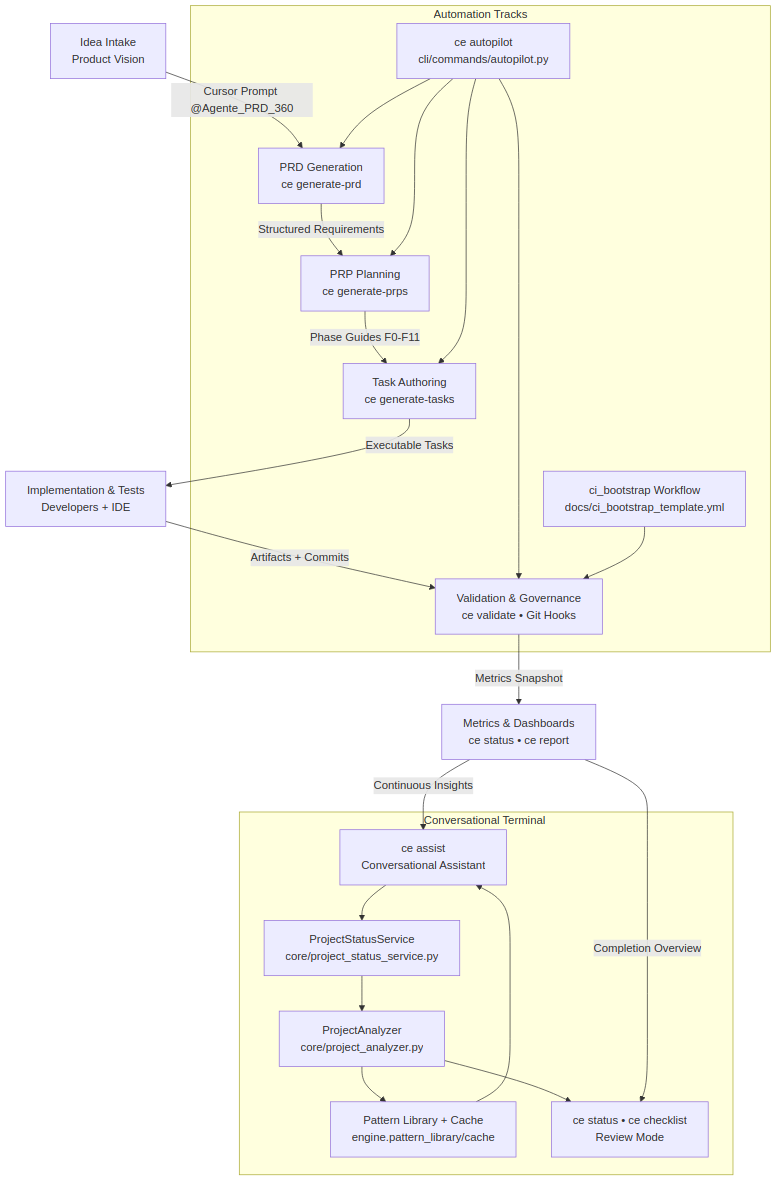
Before: docs/assets/context_engineer_flow.png, a diagram exported from Mermaid (Benrebello/context-engineer). Its source is kept beside it as docs/assets/context_engineer_flow.mmd. Its diagram source:
```mermaid
flowchart TD

    A[Idea Intake<br/>Product Vision] -->|"IDE @Agente_PRD_360 / ce generate-prd"| B[PRD Generation<br/>PRD.md + prd_structured.json]
    B -->|"IDE @Agente_PRP / ce generate-prps"| C[PRP Planning<br/>Phases F0–F9]
    C -->|"IDE @Agente_Task / ce generate-tasks"| D[Task Authoring<br/>TASK.FR-xxx.md/.json]
    D -->|Executable Tasks| E[Implementation & Tests<br/>Developers + IDE AI]
    E -->|Artifacts + Commits| F[Validation & Governance<br/>ce validate • Git Hooks]
    F -->|Metrics Snapshot| G[Metrics & Dashboards<br/>ce report • ce status]

    subgraph Core Engine — core/engine.py
        ENG[ContextEngine<br/>Orchestrator]
        TPL[TemplateEngine<br/>Jinja2 Templates]
        PAT[PatternLibrary<br/>Reusable Patterns]
        STK[StackPluginManager<br/>YAML Stack Plugins]
        VAL[PRPValidator<br/>Cross-Validation]
        EST[EffortEstimator<br/>Story Points + Confidence Adj.]
        ENG --> TPL
        ENG --> PAT
        ENG --> STK
        ENG --> VAL
        ENG --> EST
    end

    B --> ENG
    C --> ENG
    D --> ENG
    F --> VAL

    subgraph Intelligence Layer — core/cache.py
        CACHE[IntelligenceCache<br/>SQLite + Embeddings]
        EMB[Embedding Cache<br/>Binary np.float32]
        TOK[Token Usage Tracker<br/>record_token_usage]
        SEM["Semantic Search<br/>(--ai mode)"]
        LEV["Levenshtein Search<br/>(--no-ai mode)"]
        CACHE --> EMB
        CACHE --> TOK
        CACHE --> SEM
        CACHE --> LEV
    end

    ENG --> CACHE
    PAT --> CACHE

    subgraph AI Governance — Soft-Gate
        GOV[AIGovernanceService<br/>Preference Resolution]
        LLM[LLMProvider<br/>8 Providers + CredentialVault]
        HOOKS[GitHookManager<br/>pre-push Soft/Hard Gate]
        GOV --> LLM
        GOV --> HOOKS
    end

    ENG --> GOV
    F --> HOOKS

    subgraph Metrics & ROI — core/metrics.py
        MET[MetricsCollector<br/>ProjectMetrics JSON]
        ROI[ROI Tracking<br/>tokens_saved / cost_usd]
        RWK[Category Rework Rates<br/>Confidence Adjustment Feed]
        MET --> ROI
        MET --> RWK
    end

    ENG --> MET
    TOK --> ROI
    RWK --> EST
    G --> MET

    subgraph Conversational Terminal Modes
        H[ce assist<br/>Conversational Assistant]
        I[ProjectStatusService<br/>core/project_status_service.py]
        J[ProjectAnalyzer<br/>core/project_analyzer.py]
        L[ce status • ce checklist<br/>Review / Inspection Mode]
        WIZ[ce wizard<br/>Guided Step-by-Step]
        H --> I --> J
        J --> CACHE
        J --> L
        WIZ --> I
    end

    G -->|Continuous Insights| H
    G -->|Completion Overview| L

    subgraph Automation Tracks
        M[ce autopilot<br/>AutopilotService]
        N[ce ci-bootstrap<br/>GitHub Actions Workflow]
        QS[ce quickstart<br/>5-min Guided Setup]
        M --> B
        M --> C
        M --> D
        M --> F
        N --> F
        QS --> ENG
    end

    subgraph IDE Integration — IDE-rules/
        AG1["@Agente_PRD_360.md<br/>360° PRD Agent"]
        AG2["@Agente_PRP_Orquestrador.md<br/>PRP Orchestrator"]
        AG3["@Agente_Task_Direto.md<br/>Direct Task Agent"]
        AG4["@Agente_UserStory_Refiner.md<br/>US Refiner"]
        RULES["GLOBAL_ENGINEERING_RULES.json<br/>+ PROJECT_STANDARDS.md<br/>+ AGENTS.md"]
        WF["Workflows 00–11<br/>Executable Runbooks"]
    end

    AG1 --> B
    AG2 --> C
    AG3 --> D
    AG4 --> D
    RULES --> E
    WF --> E

    subgraph DevOps — cli/commands/devops.py
        GIT[ce git-setup<br/>Git Integration]
        HOOK_INST[ce install-hooks<br/>Soft/Hard Gate Hooks]
        CI[ce ci-bootstrap<br/>CI Pipeline Generation]
    end

    GIT --> HOOKS
    HOOK_INST --> HOOKS
    CI --> N

    US[User Story<br/>ce generate-tasks --from-us] -->|"@Agente_UserStory_Refiner"| D
```
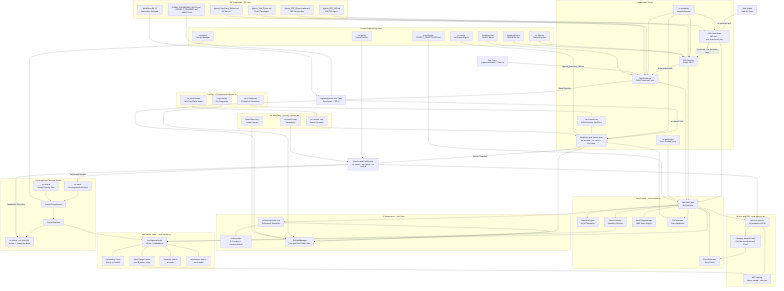
The same file after the commit.

The edit, as a diff of the source:
```diff
@@ -1,19 +1,19 @@
 flowchart TD
 
-    A[Idea Intake<br/>Product Vision] -->|"IDE @Agente_PRD_360 / ce generate-prd"| B[PRD Generation<br/>PRD.md + prd_structured.json]
-    B -->|"IDE @Agente_PRP / ce generate-prps"| C[PRP Planning<br/>Phases F0–F9]
-    C -->|"IDE @Agente_Task / ce generate-tasks"| D[Task Authoring<br/>TASK.FR-xxx.md/.json]
-    D -->|Executable Tasks| E[Implementation & Tests<br/>Developers + IDE AI]
-    E -->|Artifacts + Commits| F[Validation & Governance<br/>ce validate • Git Hooks]
-    F -->|Metrics Snapshot| G[Metrics & Dashboards<br/>ce report • ce status]
+    A["Idea Intake\nProduct Vision"] -->|"ce generate-prd"| B["PRD Generation\nPRD.md + prd_structured.json"]
+    B -->|"ce discuss + ce generate-prps"| C["PRP Planning\nPhases F0-F9"]
+    C -->|"ce generate-tasks"| D["Task Authoring\nTASK.FR-xxx.md/.json"]
+    D -->|"Wave Executor"| E["Implementation and Tests\nDevelopers + IDE AI"]
+    E -->|"ce commit task"| F["Validation and Governance\nce validate + ce verify + Git Hooks"]
+    F -->|"Metrics Snapshot"| G["Metrics and Dashboards\nce report + ce status + ce health"]
 
-    subgraph Core Engine — core/engine.py
-        ENG[ContextEngine<br/>Orchestrator]
-        TPL[TemplateEngine<br/>Jinja2 Templates]
-        PAT[PatternLibrary<br/>Reusable Patterns]
-        STK[StackPluginManager<br/>YAML Stack Plugins]
-        VAL[PRPValidator<br/>Cross-Validation]
-        EST[EffortEstimator<br/>Story Points + Confidence Adj.]
+    subgraph CoreEngine["Core Engine - core/engine.py"]
+        ENG["ContextEngine\nOrchestrator"]
+        TPL["TemplateEngine\nJinja2 Templates"]
+        PAT["PatternLibrary\nReusable Patterns"]
+        STK["StackPluginManager\nYAML Stack Plugins"]
+        VAL["PRPValidator\nCross-Validation"]
+        EST["EffortEstimator\nStory Points"]
         ENG --> TPL
         ENG --> PAT
         ENG --> STK
@@ -26,12 +26,12 @@
     D --> ENG
     F --> VAL
 
-    subgraph Intelligence Layer — core/cache.py
-        CACHE[IntelligenceCache<br/>SQLite + Embeddings]
-        EMB[Embedding Cache<br/>Binary np.float32]
-        TOK[Token Usage Tracker<br/>record_token_usage]
-        SEM["Semantic Search<br/>(--ai mode)"]
-        LEV["Levenshtein Search<br/>(--no-ai mode)"]
+    subgraph IntelLayer["Intelligence Layer - core/cache.py"]
+        CACHE["IntelligenceCache\nSQLite + Embeddings"]
+        EMB["Embedding Cache\nBinary np.float32"]
+        TOK["Token Usage Tracker\nrecord_token_usage"]
+        SEM["Semantic Search\nai mode"]
+        LEV["Levenshtein Search\nno-ai mode"]
         CACHE --> EMB
         CACHE --> TOK
         CACHE --> SEM
@@ -41,10 +41,10 @@
     ENG --> CACHE
     PAT --> CACHE
 
-    subgraph AI Governance — Soft-Gate
-        GOV[AIGovernanceService<br/>Preference Resolution]
-        LLM[LLMProvider<br/>8 Providers + CredentialVault]
-        HOOKS[GitHookManager<br/>pre-push Soft/Hard Gate]
+    subgraph AIGov["AI Governance - Soft-Gate"]
+        GOV["AIGovernanceService\nPreference Resolution"]
+        LLM["LLMProvider\n8 Providers + CredentialVault"]
+        HOOKS["GitHookManager\npre-push Soft/Hard Gate"]
         GOV --> LLM
         GOV --> HOOKS
     end
@@ -52,10 +52,10 @@
     ENG --> GOV
     F --> HOOKS
 
-    subgraph Metrics & ROI — core/metrics.py
-        MET[MetricsCollector<br/>ProjectMetrics JSON]
-        ROI[ROI Tracking<br/>tokens_saved / cost_usd]
-        RWK[Category Rework Rates<br/>Confidence Adjustment Feed]
+    subgraph MetricsROI["Metrics and ROI - core/metrics.py"]
+        MET["MetricsCollector\nProjectMetrics JSON"]
+        ROI["ROI Tracking\ntokens_saved / cost_usd"]
+        RWK["Category Rework Rates\nConfidence Adjustment Feed"]
         MET --> ROI
         MET --> RWK
     end
@@ -65,25 +65,25 @@
     RWK --> EST
     G --> MET
 
-    subgraph Conversational Terminal Modes
-        H[ce assist<br/>Conversational Assistant]
-        I[ProjectStatusService<br/>core/project_status_service.py]
-        J[ProjectAnalyzer<br/>core/project_analyzer.py]
-        L[ce status • ce checklist<br/>Review / Inspection Mode]
-        WIZ[ce wizard<br/>Guided Step-by-Step]
+    subgraph TermModes["Conversational Terminal Modes"]
+        H["ce assist\nConversational Assistant"]
+        I["ProjectStatusService"]
+        J["ProjectAnalyzer"]
+        L["ce status + ce checklist\nReview / Inspection Mode"]
+        WIZ["ce wizard\nGuided Step-by-Step"]
         H --> I --> J
         J --> CACHE
         J --> L
         WIZ --> I
     end
 
-    G -->|Continuous Insights| H
-    G -->|Completion Overview| L
+    G -->|"Continuous Insights"| H
+    G -->|"Completion Overview"| L
 
-    subgraph Automation Tracks
-        M[ce autopilot<br/>AutopilotService]
-        N[ce ci-bootstrap<br/>GitHub Actions Workflow]
-        QS[ce quickstart<br/>5-min Guided Setup]
+    subgraph AutoTracks["Automation Tracks"]
+        M["ce autopilot\nAutopilotService"]
+        N["ce ci-bootstrap\nGitHub Actions Workflow"]
+        QS["ce quickstart\n5-min Guided Setup"]
         M --> B
         M --> C
         M --> D
@@ -92,13 +92,13 @@
         QS --> ENG
     end
 
-    subgraph IDE Integration — IDE-rules/
-        AG1["@Agente_PRD_360.md<br/>360° PRD Agent"]
-        AG2["@Agente_PRP_Orquestrador.md<br/>PRP Orchestrator"]
-        AG3["@Agente_Task_Direto.md<br/>Direct Task Agent"]
-        AG4["@Agente_UserStory_Refiner.md<br/>US Refiner"]
-        RULES["GLOBAL_ENGINEERING_RULES.json<br/>+ PROJECT_STANDARDS.md<br/>+ AGENTS.md"]
-        WF["Workflows 00–11<br/>Executable Runbooks"]
+    subgraph IDEInt["IDE Integration - IDE-rules"]
+        AG1["Agente_PRD_360.md\n360 PRD Agent"]
+        AG2["Agente_PRP_Orquestrador.md\nPRP Orchestrator"]
+        AG3["Agente_Task_Direto.md\nDirect Task Agent"]
+        AG4["Agente_UserStory_Refiner.md\nUS Refiner"]
+        RULES["GLOBAL_ENGINEERING_RULES.json\n+ PROJECT_STANDARDS.md\n+ AGENTS.md"]
+        WF["Workflows 00-11\nExecutable Runbooks"]
     end
 
     AG1 --> B
@@ -108,14 +108,43 @@
     RULES --> E
     WF --> E
 
-    subgraph DevOps — cli/commands/devops.py
-        GIT[ce git-setup<br/>Git Integration]
-        HOOK_INST[ce install-hooks<br/>Soft/Hard Gate Hooks]
-        CI[ce ci-bootstrap<br/>CI Pipeline Generation]
+    subgraph DevOps["DevOps - cli/commands/devops.py"]
+        GIT["ce git-setup\nGit Integration"]
+        HOOK_INST["ce install-hooks\nSoft/Hard Gate Hooks"]
+        CI["ce ci-bootstrap\nCI Pipeline Generation"]
     end
 
     GIT --> HOOKS
     HOOK_INST --> HOOKS
     CI --> N
 
-    US[User Story<br/>ce generate-tasks --from-us] -->|"@Agente_UserStory_Refiner"| D
+    US["User Story\nce generate-tasks --from-us"] -->|"Agente_UserStory_Refiner"| D
+
+    subgraph CtxEng["Context Engineering Layer"]
+        DISCUSS["ce discuss\nContextCapture"]
+        RESEARCH["ResearchEngine\nRESEARCH.md"]
+        VERIFY["ce verify\nVerificationEngine"]
+        CONST["Constitution\nPROJECT_CONSTITUTION.md"]
+        WAVE["WaveExecutor\nParallel Waves"]
+        HEALTH["ce health\nHealthChecker"]
+        SESS["ce session\nSession Manager"]
+    end
+
+    DISCUSS --> C
+    RESEARCH --> C
+    VERIFY --> F
+    WAVE --> D
+    HEALTH --> G
+    CONST --> ENG
+    SESS --> I
+
+    subgraph GitWF["Git Workflow - core/git_service.py"]
+        COMMIT["ce commit task\nAtomic Commits"]
+        CMAP["ce commit map\nTraceability"]
+        BRANCH["Phase Branching\ncreate/merge"]
+    end
+
+    COMMIT --> F
+    CMAP --> G
+    BRANCH --> HOOKS
+    E --> COMMIT
```
